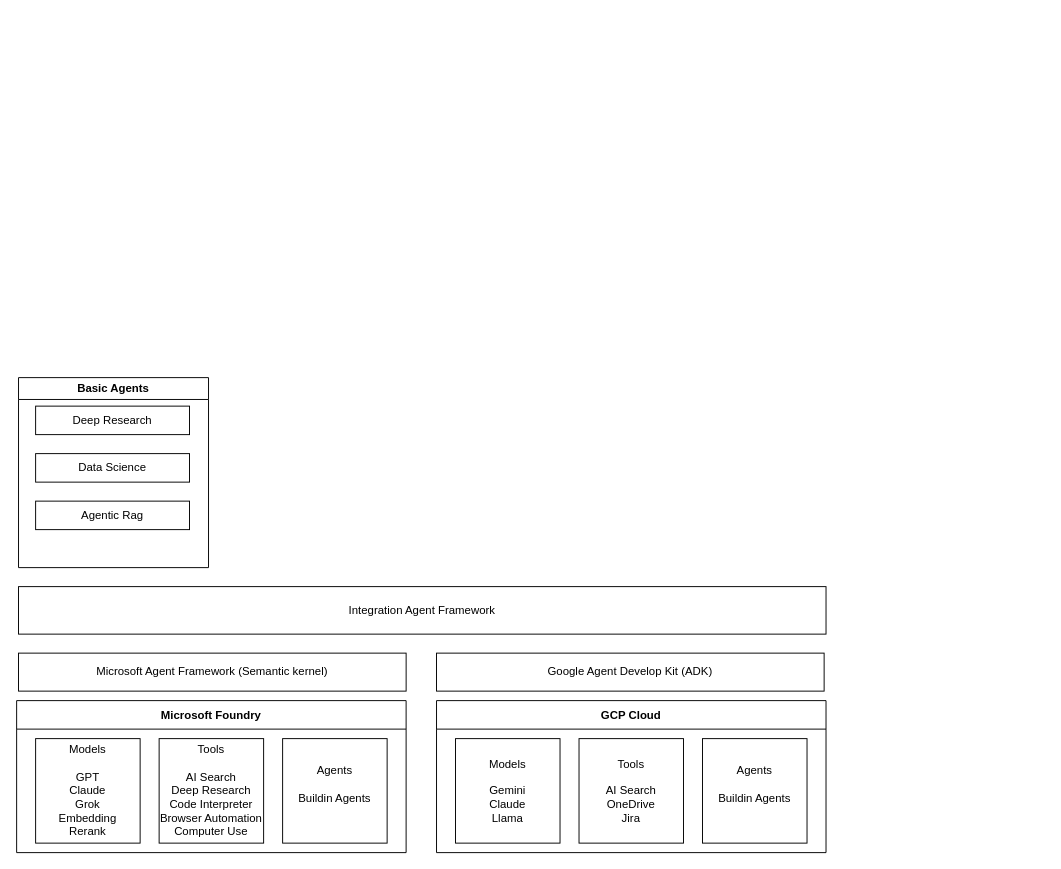
Above: public/AgentFramework.drawio in leestar991/agi-proxy (draw.io), before the change. Source tidied: cells renumbered, new cells numbered last; positions are measured from the earlier drawing's top-left corner, leaving out a move shared by most shapes. Both pictures are drawn from the tidied source at 95%, with x=0, y=0 at pixel (16, 377).
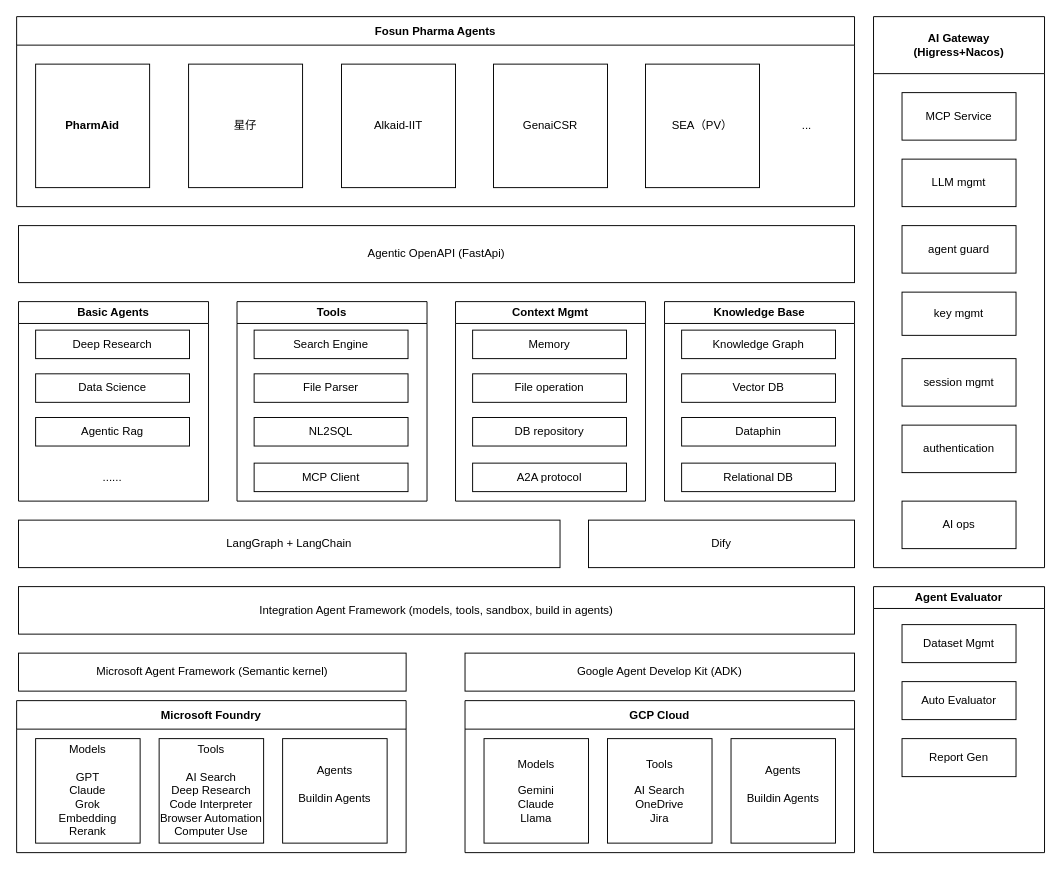
After the change.

Diff of the diagram source:
```diff
@@
     <mxCell id="6" value="GCP Cloud" style="swimlane;startSize=30;" parent="1" vertex="1">
-      <mxGeometry x="442" y="340" width="410" height="160" as="geometry" />
+      <mxGeometry x="472" y="340" width="410" height="160" as="geometry" />
     </mxCell>
@@
     <mxCell id="11" value="Google Agent Develop Kit (ADK)" style="rounded=0;whiteSpace=wrap;html=1;" parent="1" vertex="1">
-      <mxGeometry x="442" y="290" width="408" height="40" as="geometry" />
+      <mxGeometry x="472" y="290" width="410" height="40" as="geometry" />
     </mxCell>
-    <mxCell id="12" value="Integration Agent Framework" style="rounded=0;whiteSpace=wrap;html=1;" parent="1" vertex="1">
-      <mxGeometry x="2" y="220" width="850" height="50" as="geometry" />
+    <mxCell id="12" value="Integration Agent Framework (models, tools, sandbox, build in agents)" style="rounded=0;whiteSpace=wrap;html=1;" parent="1" vertex="1">
+      <mxGeometry x="2" y="220" width="880" height="50" as="geometry" />
     </mxCell>
     <mxCell id="13" value="Basic Agents" style="swimlane;whiteSpace=wrap;html=1;" parent="1" vertex="1">
-      <mxGeometry x="2" width="200" height="200" as="geometry" />
+      <mxGeometry x="2" y="-80" width="200" height="210" as="geometry" />
     </mxCell>
@@
     <mxCell id="15" value="Data Science" style="rounded=0;whiteSpace=wrap;html=1;" parent="13" vertex="1">
-      <mxGeometry x="18" y="80" width="162" height="30" as="geometry" />
+      <mxGeometry x="18" y="76" width="162" height="30" as="geometry" />
     </mxCell>
     <mxCell id="16" value="Agentic Rag" style="rounded=0;whiteSpace=wrap;html=1;" parent="13" vertex="1">
-      <mxGeometry x="18" y="130" width="162" height="30" as="geometry" />
+      <mxGeometry x="18" y="122" width="162" height="30" as="geometry" />
     </mxCell>
+    <mxCell id="17" value="......" style="text;html=1;whiteSpace=wrap;strokeColor=none;fillColor=none;align=center;verticalAlign=middle;rounded=0;" parent="13" vertex="1">
+      <mxGeometry x="69" y="170" width="60" height="30" as="geometry" />
+    </mxCell>
+    <mxCell id="18" value="LangGraph + LangChain" style="rounded=0;whiteSpace=wrap;html=1;" parent="1" vertex="1">
+      <mxGeometry x="2" y="150" width="570" height="50" as="geometry" />
+    </mxCell>
+    <mxCell id="19" value="Dify" style="rounded=0;whiteSpace=wrap;html=1;" parent="1" vertex="1">
+      <mxGeometry x="602" y="150" width="280" height="50" as="geometry" />
+    </mxCell>
+    <mxCell id="20" value="Tools" style="swimlane;whiteSpace=wrap;html=1;" parent="1" vertex="1">
+      <mxGeometry x="232" y="-80" width="200" height="210" as="geometry" />
+    </mxCell>
+    <mxCell id="21" value="Search Engine" style="rounded=0;whiteSpace=wrap;html=1;" parent="20" vertex="1">
+      <mxGeometry x="18" y="30" width="162" height="30" as="geometry" />
+    </mxCell>
+    <mxCell id="22" value="File Parser" style="rounded=0;whiteSpace=wrap;html=1;" parent="20" vertex="1">
+      <mxGeometry x="18" y="76" width="162" height="30" as="geometry" />
+    </mxCell>
+    <mxCell id="23" value="NL2SQL" style="rounded=0;whiteSpace=wrap;html=1;" parent="20" vertex="1">
+      <mxGeometry x="18" y="122" width="162" height="30" as="geometry" />
+    </mxCell>
+    <mxCell id="24" value="MCP Client" style="rounded=0;whiteSpace=wrap;html=1;" parent="20" vertex="1">
+      <mxGeometry x="18" y="170" width="162" height="30" as="geometry" />
+    </mxCell>
+    <mxCell id="25" value="Context Mgmt" style="swimlane;whiteSpace=wrap;html=1;" parent="1" vertex="1">
+      <mxGeometry x="462" y="-80" width="200" height="210" as="geometry" />
+    </mxCell>
+    <mxCell id="26" value="Memory" style="rounded=0;whiteSpace=wrap;html=1;" parent="25" vertex="1">
+      <mxGeometry x="18" y="30" width="162" height="30" as="geometry" />
+    </mxCell>
+    <mxCell id="27" value="File operation" style="rounded=0;whiteSpace=wrap;html=1;" parent="25" vertex="1">
+      <mxGeometry x="18" y="76" width="162" height="30" as="geometry" />
+    </mxCell>
+    <mxCell id="28" value="DB repository" style="rounded=0;whiteSpace=wrap;html=1;" parent="25" vertex="1">
+      <mxGeometry x="18" y="122" width="162" height="30" as="geometry" />
+    </mxCell>
+    <mxCell id="29" value="A2A protocol" style="rounded=0;whiteSpace=wrap;html=1;" parent="25" vertex="1">
+      <mxGeometry x="18" y="170" width="162" height="30" as="geometry" />
+    </mxCell>
+    <mxCell id="30" value="Knowledge Base" style="swimlane;whiteSpace=wrap;html=1;" parent="1" vertex="1">
+      <mxGeometry x="682" y="-80" width="200" height="210" as="geometry" />
+    </mxCell>
+    <mxCell id="31" value="Knowledge Graph" style="rounded=0;whiteSpace=wrap;html=1;" parent="30" vertex="1">
+      <mxGeometry x="18" y="30" width="162" height="30" as="geometry" />
+    </mxCell>
+    <mxCell id="32" value="Vector DB" style="rounded=0;whiteSpace=wrap;html=1;" parent="30" vertex="1">
+      <mxGeometry x="18" y="76" width="162" height="30" as="geometry" />
+    </mxCell>
+    <mxCell id="33" value="Dataphin" style="rounded=0;whiteSpace=wrap;html=1;" parent="30" vertex="1">
+      <mxGeometry x="18" y="122" width="162" height="30" as="geometry" />
+    </mxCell>
+    <mxCell id="34" value="Relational DB" style="rounded=0;whiteSpace=wrap;html=1;" parent="30" vertex="1">
+      <mxGeometry x="18" y="170" width="162" height="30" as="geometry" />
+    </mxCell>
+    <mxCell id="35" value="Agentic OpenAPI (FastApi)" style="rounded=0;whiteSpace=wrap;html=1;" parent="1" vertex="1">
+      <mxGeometry x="2" y="-160" width="880" height="60" as="geometry" />
+    </mxCell>
+    <mxCell id="36" value="Fosun Pharma Agents" style="swimlane;startSize=30;" parent="1" vertex="1">
+      <mxGeometry y="-380" width="882" height="200" as="geometry" />
+    </mxCell>
+    <mxCell id="37" value="PharmAid" style="rounded=0;whiteSpace=wrap;html=1;fontStyle=1;" parent="36" vertex="1">
+      <mxGeometry x="20" y="50" width="120" height="130" as="geometry" />
+    </mxCell>
+    <mxCell id="38" value="星仔" style="rounded=0;whiteSpace=wrap;html=1;" parent="36" vertex="1">
+      <mxGeometry x="181" y="50" width="120" height="130" as="geometry" />
+    </mxCell>
+    <mxCell id="39" value="Alkaid-IIT" style="rounded=0;whiteSpace=wrap;html=1;" parent="36" vertex="1">
+      <mxGeometry x="342" y="50" width="120" height="130" as="geometry" />
+    </mxCell>
+    <mxCell id="40" value="GenaiCSR" style="rounded=0;whiteSpace=wrap;html=1;" parent="36" vertex="1">
+      <mxGeometry x="502" y="50" width="120" height="130" as="geometry" />
+    </mxCell>
+    <mxCell id="41" value="SEA（PV）" style="rounded=0;whiteSpace=wrap;html=1;" parent="36" vertex="1">
+      <mxGeometry x="662" y="50" width="120" height="130" as="geometry" />
+    </mxCell>
+    <mxCell id="42" value="..." style="text;html=1;whiteSpace=wrap;strokeColor=none;fillColor=none;align=center;verticalAlign=middle;rounded=0;" parent="36" vertex="1">
+      <mxGeometry x="802" y="100" width="60" height="30" as="geometry" />
+    </mxCell>
+    <mxCell id="43" value="AI Gateway&lt;div&gt;(Higress+Nacos)&lt;/div&gt;" style="swimlane;whiteSpace=wrap;html=1;startSize=60;" parent="1" vertex="1">
+      <mxGeometry x="902" y="-380" width="180" height="580" as="geometry" />
+    </mxCell>
+    <mxCell id="44" value="MCP Service" style="rounded=0;whiteSpace=wrap;html=1;" parent="43" vertex="1">
+      <mxGeometry x="30" y="80" width="120" height="50" as="geometry" />
+    </mxCell>
+    <mxCell id="45" value="LLM mgmt" style="rounded=0;whiteSpace=wrap;html=1;" parent="43" vertex="1">
+      <mxGeometry x="30" y="150" width="120" height="50" as="geometry" />
+    </mxCell>
+    <mxCell id="46" value="agent&amp;nbsp;guard" style="rounded=0;whiteSpace=wrap;html=1;" parent="43" vertex="1">
+      <mxGeometry x="30" y="220" width="120" height="50" as="geometry" />
+    </mxCell>
+    <mxCell id="47" value="key mgmt" style="rounded=0;whiteSpace=wrap;html=1;" parent="43" vertex="1">
+      <mxGeometry x="30" y="290" width="120" height="45.5" as="geometry" />
+    </mxCell>
+    <mxCell id="48" value="session mgmt" style="rounded=0;whiteSpace=wrap;html=1;" parent="43" vertex="1">
+      <mxGeometry x="30" y="360" width="120" height="50" as="geometry" />
+    </mxCell>
+    <mxCell id="49" value="authentication" style="rounded=0;whiteSpace=wrap;html=1;" parent="43" vertex="1">
+      <mxGeometry x="30" y="430" width="120" height="50" as="geometry" />
+    </mxCell>
+    <mxCell id="50" value="AI ops" style="rounded=0;whiteSpace=wrap;html=1;" parent="43" vertex="1">
+      <mxGeometry x="30" y="510" width="120" height="50" as="geometry" />
+    </mxCell>
+    <mxCell id="51" value="Agent Evaluator" style="swimlane;whiteSpace=wrap;html=1;" parent="1" vertex="1">
+      <mxGeometry x="902" y="220" width="180" height="280" as="geometry" />
+    </mxCell>
+    <mxCell id="52" value="Dataset Mgmt" style="rounded=0;whiteSpace=wrap;html=1;" parent="51" vertex="1">
+      <mxGeometry x="30" y="40" width="120" height="40" as="geometry" />
+    </mxCell>
+    <mxCell id="53" value="Auto Evaluator" style="rounded=0;whiteSpace=wrap;html=1;" parent="51" vertex="1">
+      <mxGeometry x="30" y="100" width="120" height="40" as="geometry" />
+    </mxCell>
+    <mxCell id="54" value="Report Gen" style="rounded=0;whiteSpace=wrap;html=1;" parent="51" vertex="1">
+      <mxGeometry x="30" y="160" width="120" height="40" as="geometry" />
+    </mxCell>
```
